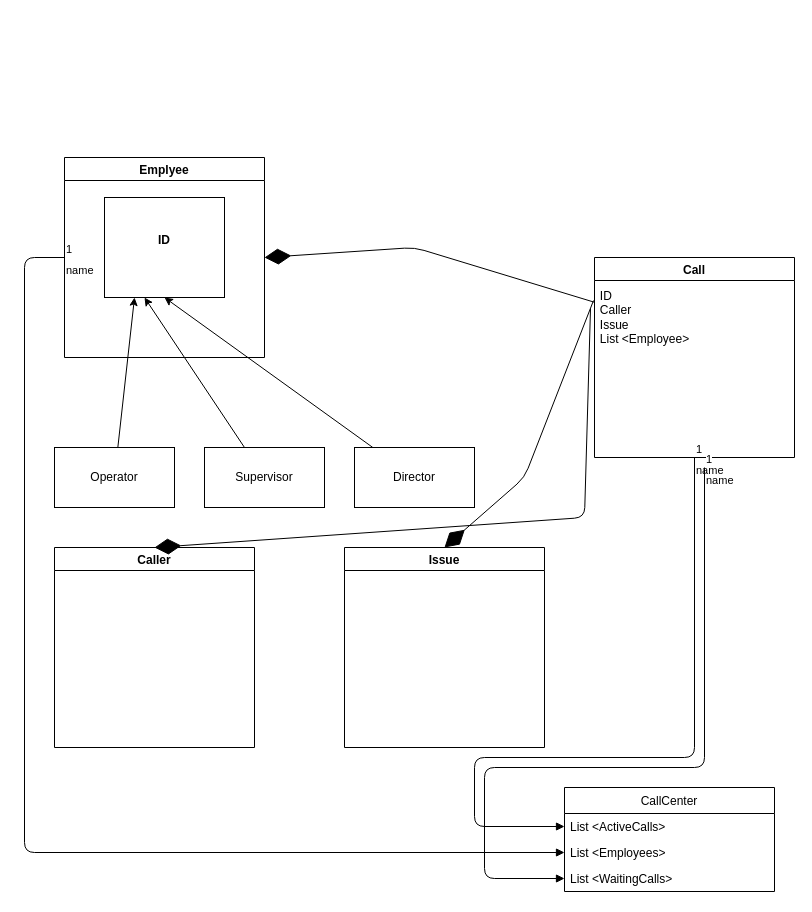
Before: class.drawio.dio in kasparm/YegorCallCenter, a draw.io diagram. Source tidied: cells renumbered, new cells numbered last; positions are measured from the earlier drawing's top-left corner, leaving out a move shared by most shapes. Both pictures are drawn from the tidied source at 100%, with x=0, y=0 at pixel (24, 157).
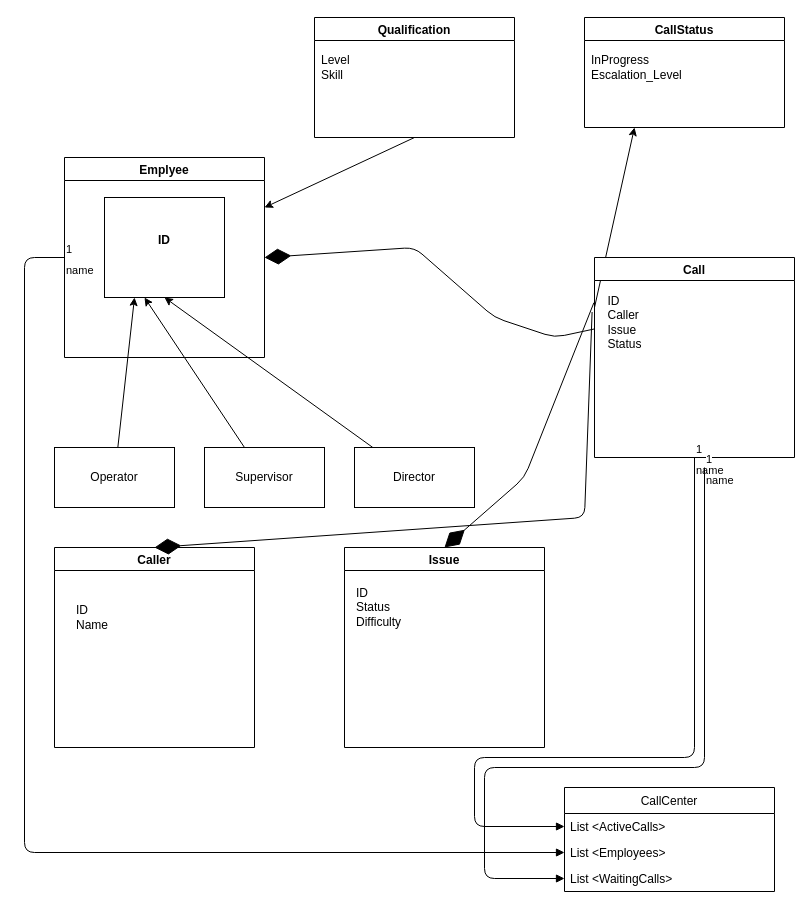
Above is the later version.

Commit message:
docs: Update Class diagram

The change refers to these unchanged cells:
```xml
<mxCell id="8" value="Emplyee" style="swimlane;" parent="1" vertex="1">
  <mxGeometry x="40" width="200" height="200" as="geometry" />
</mxCell>
<mxCell id="10" value="Caller" style="swimlane;" parent="1" vertex="1">
  <mxGeometry x="30" y="390" width="200" height="200" as="geometry" />
</mxCell>
<mxCell id="11" value="Issue" style="swimlane;" parent="1" vertex="1">
  <mxGeometry x="320" y="390" width="200" height="200" as="geometry" />
</mxCell>
<mxCell id="12" value="Call" style="swimlane;" parent="1" vertex="1">
  <mxGeometry x="570" y="100" width="200" height="200" as="geometry" />
</mxCell>
```

Change to the diagram source:
```diff
@@
+    <mxCell id="27" value="ID&lt;br&gt;Name&lt;br&gt;" style="text;html=1;align=left;verticalAlign=middle;strokeColor=none;fillColor=none;" parent="10" vertex="1">
+      <mxGeometry x="20" y="50" width="60" height="40" as="geometry" />
+    </mxCell>
@@
+    <mxCell id="28" value="ID&lt;br&gt;Status&lt;br&gt;Difficulty&lt;br&gt;" style="text;html=1;align=left;verticalAlign=middle;strokeColor=none;fillColor=none;" parent="11" vertex="1">
+      <mxGeometry x="10" y="30" width="70" height="60" as="geometry" />
+    </mxCell>
+    <mxCell id="29" style="edgeStyle=none;html=1;exitX=0;exitY=0.25;exitDx=0;exitDy=0;entryX=0.25;entryY=1;entryDx=0;entryDy=0;" parent="1" edge="1" source="12" target="30">
+      <mxGeometry relative="1" as="geometry" />
+    </mxCell>
@@
-    <mxCell id="13" value="&lt;div style=&quot;text-align: left&quot;&gt;&lt;span&gt;ID&lt;/span&gt;&lt;/div&gt;&lt;div style=&quot;text-align: left&quot;&gt;&lt;span&gt;Caller&lt;/span&gt;&lt;/div&gt;&lt;div style=&quot;text-align: left&quot;&gt;&lt;span&gt;Issue&lt;/span&gt;&lt;/div&gt;&lt;div style=&quot;text-align: left&quot;&gt;&lt;span&gt;List &amp;lt;Employee&amp;gt;&lt;/span&gt;&lt;/div&gt;" style="text;html=1;align=center;verticalAlign=middle;points=[];strokeColor=none;fillColor=none;" parent="12" vertex="1">
-      <mxGeometry y="30" width="100" height="60" as="geometry" />
+    <mxCell id="13" value="&lt;div style=&quot;text-align: left&quot;&gt;&lt;span&gt;ID&lt;/span&gt;&lt;/div&gt;&lt;div style=&quot;text-align: left&quot;&gt;&lt;span&gt;Caller&lt;/span&gt;&lt;/div&gt;&lt;div style=&quot;text-align: left&quot;&gt;&lt;span&gt;Issue&lt;/span&gt;&lt;/div&gt;&lt;div style=&quot;text-align: left&quot;&gt;&lt;span&gt;Status&lt;/span&gt;&lt;/div&gt;" style="text;html=1;align=center;verticalAlign=middle;points=[];strokeColor=none;fillColor=none;" parent="12" vertex="1">
+      <mxGeometry y="30" width="60" height="70" as="geometry" />
     </mxCell>
@@
     <mxCell id="16" style="endArrow=diamondThin;endFill=1;endSize=24;html=1;entryX=1;entryY=0.5;entryDx=0;entryDy=0;" parent="1" edge="1" source="13" target="8">
       <mxGeometry relative="1" as="geometry">
         <Array as="points">
+          <mxPoint x="530" y="180" />
+          <mxPoint x="470" y="160" />
           <mxPoint x="390" y="90" />
         </Array>
       </mxGeometry>
     </mxCell>
@@
+    <mxCell id="30" value="CallStatus" style="swimlane;" parent="1" vertex="1">
+      <mxGeometry x="560" y="-140" width="200" height="110" as="geometry" />
+    </mxCell>
+    <mxCell id="31" value="&lt;span style=&quot;text-align: left;&quot;&gt;InProgress&lt;/span&gt;&lt;br style=&quot;text-align: left;&quot;&gt;&lt;span style=&quot;text-align: left;&quot;&gt;Escalation_Level&lt;/span&gt;" style="text;html=1;align=left;verticalAlign=middle;strokeColor=none;fillColor=none;" parent="30" vertex="1">
+      <mxGeometry x="5" y="30" width="110" height="40" as="geometry" />
+    </mxCell>
+    <mxCell id="32" style="edgeStyle=none;html=1;exitX=0.5;exitY=1;exitDx=0;exitDy=0;entryX=1;entryY=0.25;entryDx=0;entryDy=0;" parent="1" edge="1" source="33" target="8">
+      <mxGeometry relative="1" as="geometry" />
+    </mxCell>
+    <mxCell id="33" value="Qualification" style="swimlane;startSize=23;" parent="1" vertex="1">
+      <mxGeometry x="290" y="-140" width="200" height="120" as="geometry" />
+    </mxCell>
+    <mxCell id="34" value="&lt;span style=&quot;text-align: left;&quot;&gt;Level&lt;/span&gt;&lt;br style=&quot;text-align: left;&quot;&gt;Skill" style="text;html=1;align=left;verticalAlign=middle;strokeColor=none;fillColor=none;" parent="33" vertex="1">
+      <mxGeometry x="5" y="30" width="50" height="40" as="geometry" />
+    </mxCell>
```
